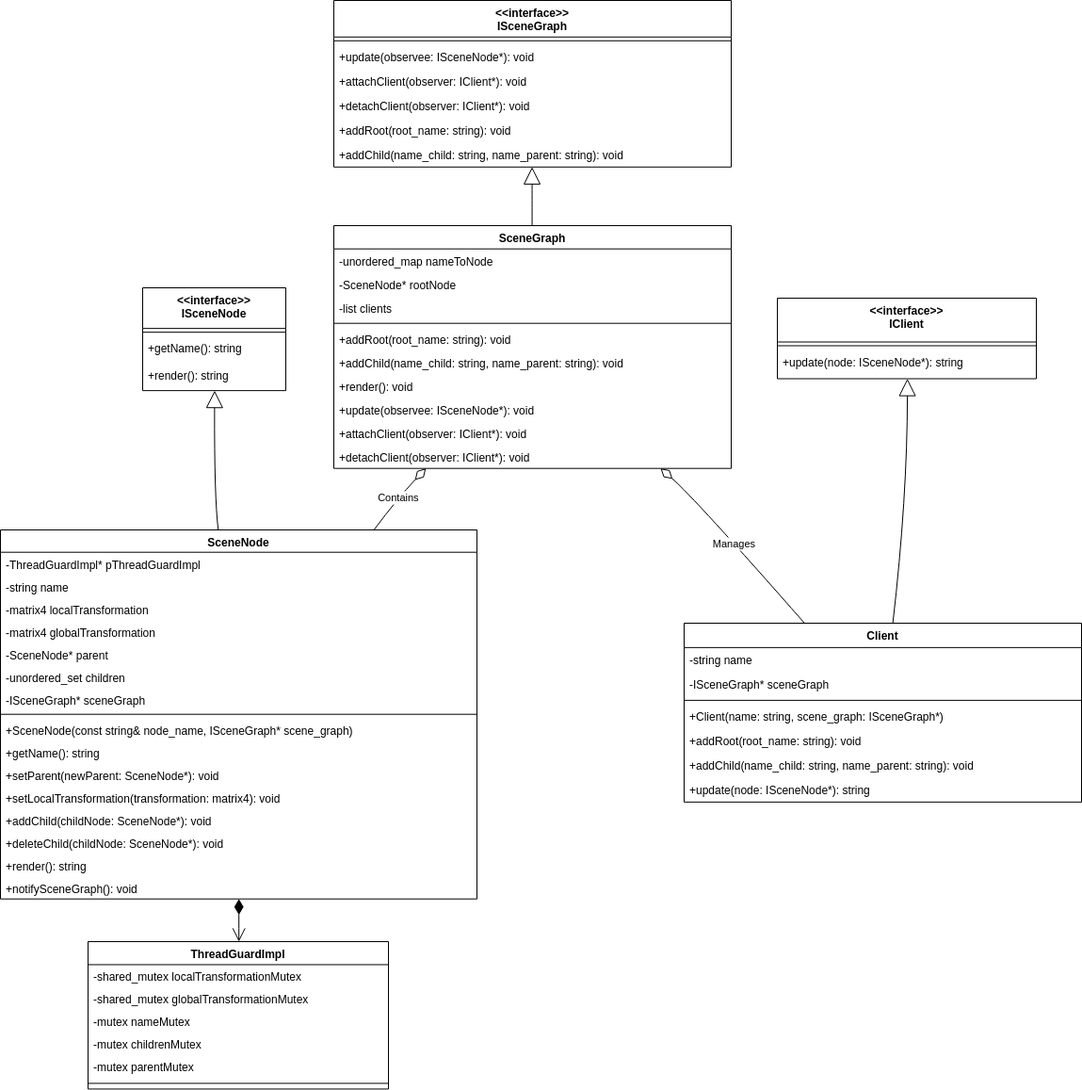
omarekik/SceneGraph keeps this draw.io diagram as diagrams/class diagram.drawio.png. Above is the earlier version. Source tidied: cells renumbered, new cells last; positions are measured from the earlier drawing's top-left corner, leaving out a move shared by most shapes.
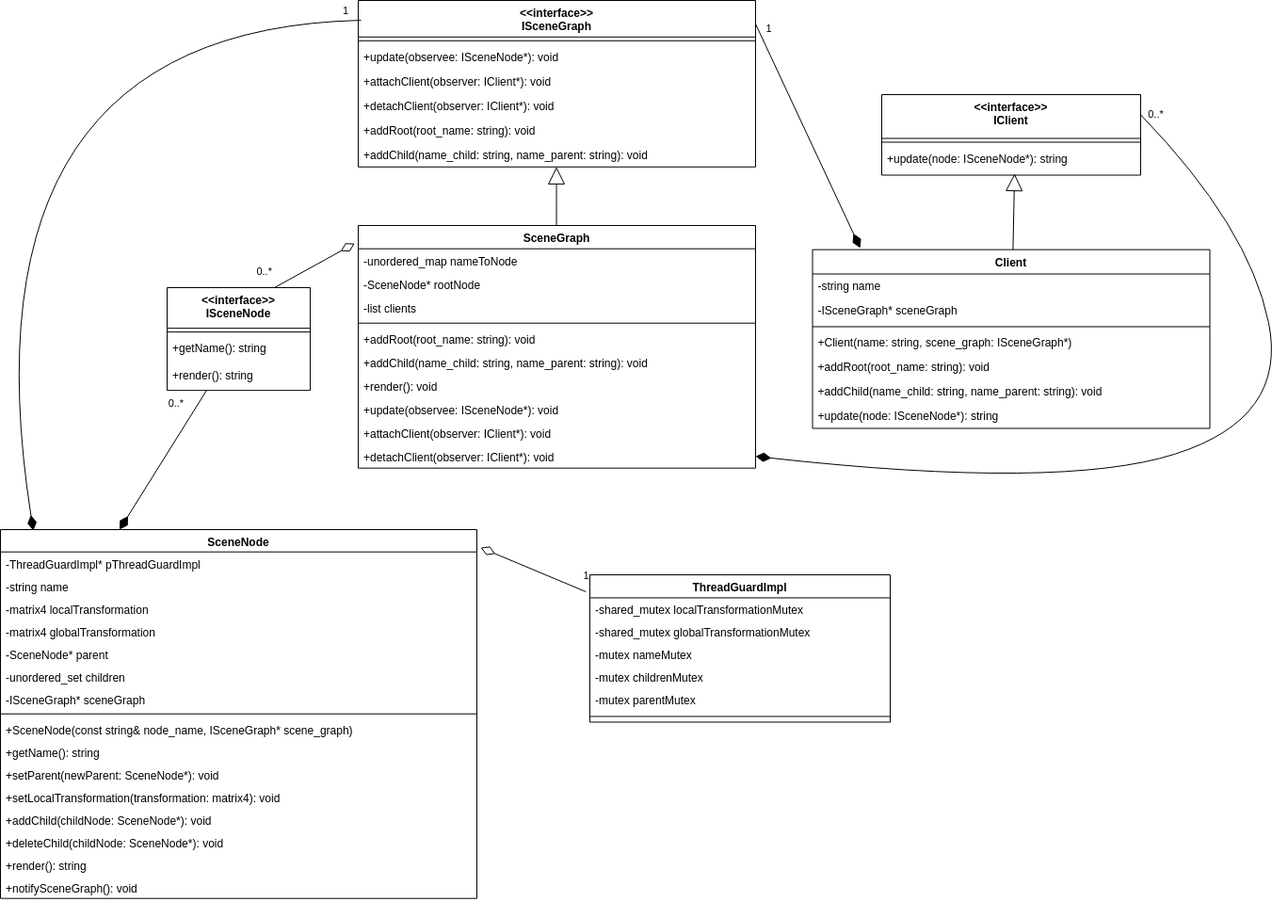
The same file after the commit.

Commit message:
fixed class diagram to present relationships as code implemented

The edit, as a diff of the source:
```diff
@@ -15,7 +15,7 @@
       <mxGeometry y="80.1" width="152" height="29" as="geometry" />
     </mxCell>
     <mxCell id="6" value="SceneNode" style="swimlane;fontStyle=1;align=center;verticalAlign=top;horizontal=1;startSize=23.6875;" parent="1" vertex="1">
-      <mxGeometry y="562" width="506" height="391.7" as="geometry" />
+      <mxGeometry x="-26" y="562" width="506" height="391.7" as="geometry" />
     </mxCell>
     <mxCell id="7" value="-ThreadGuardImpl* pThreadGuardImpl" style="text;strokeColor=none;fillColor=none;align=left;verticalAlign=top;spacingLeft=4;spacingRight=4;overflow=hidden;" parent="6" vertex="1">
       <mxGeometry y="23.7" width="506" height="24" as="geometry" />
@@ -66,7 +66,7 @@
       <mxGeometry y="367.7" width="506" height="24" as="geometry" />
     </mxCell>
     <mxCell id="23" value="ThreadGuardImpl" style="swimlane;fontStyle=1;align=center;verticalAlign=top;horizontal=1;startSize=24.46153846153846;" parent="1" vertex="1">
-      <mxGeometry x="93" y="999" width="319" height="156.5" as="geometry" />
+      <mxGeometry x="600" y="610" width="319" height="156.5" as="geometry" />
     </mxCell>
     <mxCell id="24" value="-shared_mutex localTransformationMutex" style="text;strokeColor=none;fillColor=none;align=left;verticalAlign=top;spacingLeft=4;spacingRight=4;overflow=hidden;" parent="23" vertex="1">
       <mxGeometry y="24.5" width="319" height="24" as="geometry" />
@@ -141,7 +141,7 @@
       <mxGeometry y="232.7" width="422" height="25" as="geometry" />
     </mxCell>
     <mxCell id="48" value="&lt;&lt;interface&gt;&gt;&#10;IClient" style="swimlane;fontStyle=1;align=center;verticalAlign=top;horizontal=1;startSize=46.5;" parent="1" vertex="1">
-      <mxGeometry x="825" y="316" width="275" height="85.5" as="geometry" />
+      <mxGeometry x="910" y="100" width="275" height="85.5" as="geometry" />
     </mxCell>
     <mxCell id="49" style="line;strokeWidth=1;fillColor=none;align=left;verticalAlign=middle;spacingTop=-1;spacingLeft=3;spacingRight=3;labelPosition=right;strokeColor=inherit;" parent="48" vertex="1">
       <mxGeometry y="46.5" width="275" height="8" as="geometry" />
@@ -150,7 +150,7 @@
       <mxGeometry y="54.5" width="275" height="31" as="geometry" />
     </mxCell>
     <mxCell id="51" value="Client" style="swimlane;fontStyle=1;align=center;verticalAlign=top;horizontal=1;startSize=25.857142857142858;" parent="1" vertex="1">
-      <mxGeometry x="726" y="661" width="422" height="189.9" as="geometry" />
+      <mxGeometry x="836.5" y="264.6" width="422" height="189.9" as="geometry" />
     </mxCell>
     <mxCell id="52" value="-string name" style="text;strokeColor=none;fillColor=none;align=left;verticalAlign=top;spacingLeft=4;spacingRight=4;overflow=hidden;" parent="51" vertex="1">
       <mxGeometry y="25.9" width="422" height="26" as="geometry" />
@@ -173,39 +173,49 @@
     <mxCell id="58" value="+update(node: ISceneNode*): string" style="text;strokeColor=none;fillColor=none;align=left;verticalAlign=top;spacingLeft=4;spacingRight=4;overflow=hidden;" parent="51" vertex="1">
       <mxGeometry y="163.9" width="422" height="26" as="geometry" />
     </mxCell>
-    <mxCell id="59" style="curved=1;startArrow=block;startSize=16;startFill=0;endArrow=none;exitX=0.5027883429276315;exitY=1;entryX=0.4570706043277375;entryY=0;rounded=0;" parent="1" edge="1" source="2" target="6">
+    <mxCell id="59" style="curved=1;startArrow=none;startSize=16;startFill=0;endArrow=diamondThin;exitX=1;exitY=0.25;entryX=1;entryY=0.5;rounded=0;exitDx=0;exitDy=0;entryDx=0;entryDy=0;endFill=1;endSize=14;" parent="1" edge="1" source="48" target="47">
       <mxGeometry relative="1" as="geometry">
         <Array as="points">
-          <mxPoint x="227" y="528" />
+          <mxPoint x="1300" y="240" />
+          <mxPoint x="1341.7" y="443.9" />
+          <mxPoint x="1100" y="520" />
         </Array>
       </mxGeometry>
     </mxCell>
+    <mxCell id="65" value="0..*" style="edgeLabel;html=1;align=center;verticalAlign=middle;" parent="59" vertex="1">
+      <mxGeometry x="0.07" y="5" relative="1" as="geometry">
+        <mxPoint x="-15" y="-369" as="offset" />
+      </mxGeometry>
+    </mxCell>
-    <mxCell id="60" style="curved=1;startArrow=diamondThin;startSize=14;startFill=1;endArrow=open;endSize=12;exitX=0.5004168725296443;exitY=1;entryX=0.502228644200627;entryY=0;rounded=0;" parent="1" edge="1" source="6" target="23">
+    <mxCell id="60" style="curved=1;startArrow=diamondThin;startSize=14;startFill=0;endArrow=none;endSize=12;entryX=-0.013;entryY=0.115;rounded=0;exitX=1.008;exitY=0.049;exitDx=0;exitDy=0;exitPerimeter=0;entryDx=0;entryDy=0;entryPerimeter=0;endFill=0;" parent="1" edge="1" source="6" target="23">
       <mxGeometry relative="1" as="geometry" />
     </mxCell>
+    <mxCell id="66" value="1" style="edgeLabel;html=1;align=center;verticalAlign=middle;" parent="60" vertex="1">
+      <mxGeometry x="0.32" y="3" relative="1" as="geometry">
+        <mxPoint x="36" y="1" as="offset" />
+      </mxGeometry>
+    </mxCell>
     <mxCell id="61" style="curved=1;startArrow=block;startSize=16;startFill=0;endArrow=none;exitX=0.4989493853672986;exitY=1;entryX=0.4989493853672986;entryY=0;rounded=0;" parent="1" edge="1" source="30" target="37">
       <mxGeometry relative="1" as="geometry" />
     </mxCell>
-    <mxCell id="62" style="curved=1;startArrow=block;startSize=16;startFill=0;endArrow=none;exitX=0.5021235795454545;exitY=1;entryX=0.5251609921846518;entryY=0;rounded=0;" parent="1" edge="1" source="48" target="51">
-      <mxGeometry relative="1" as="geometry">
-        <Array as="points">
-          <mxPoint x="963" y="528" />
-        </Array>
-      </mxGeometry>
+    <mxCell id="62" style="startArrow=block;startSize=16;startFill=0;endArrow=none;rounded=0;exitX=0.513;exitY=0.952;exitDx=0;exitDy=0;exitPerimeter=0;" parent="1" edge="1" source="50" target="51">
+      <mxGeometry relative="1" as="geometry" />
     </mxCell>
-    <mxCell id="63" value="Contains" style="curved=1;startArrow=diamondThin;startSize=14;startFill=0;endArrow=none;exitX=0.23183920164005986;exitY=1;entryX=0.7837648255277332;entryY=0;rounded=0;" parent="1" edge="1" source="37" target="6">
-      <mxGeometry relative="1" as="geometry">
-        <Array as="points">
-          <mxPoint x="422" y="528" />
-        </Array>
-      </mxGeometry>
+    <mxCell id="63" value="0..*" style="startArrow=diamondThin;startSize=14;startFill=0;endArrow=none;exitX=-0.009;exitY=0.074;entryX=0.75;entryY=0;rounded=0;exitDx=0;exitDy=0;exitPerimeter=0;entryDx=0;entryDy=0;" parent="1" edge="1" source="37" target="2">
+      <mxGeometry x="1" y="-20" relative="1" as="geometry" />
     </mxCell>
-    <mxCell id="64" value="Manages" style="curved=1;startArrow=diamondThin;startSize=14;startFill=0;endArrow=none;exitX=0.8222380990427787;exitY=1;entryX=0.3029806695452058;entryY=0;rounded=0;" parent="1" edge="1" source="37" target="51">
-      <mxGeometry relative="1" as="geometry">
-        <Array as="points">
-          <mxPoint x="737" y="528" />
-        </Array>
-      </mxGeometry>
-    </mxCell>
+    <mxCell id="67" value="1" style="startArrow=diamondThin;startFill=1;endArrow=none;exitX=0.12;exitY=-0.009;rounded=0;endFill=0;exitDx=0;exitDy=0;exitPerimeter=0;endSize=14;startSize=14;entryX=1;entryY=0.141;entryDx=0;entryDy=0;entryPerimeter=0;" parent="1" edge="1" source="51" target="30">
+      <mxGeometry x="0.92" y="-11" relative="1" as="geometry" />
+    </mxCell>
+    <mxCell id="68" value="0..*" style="startArrow=diamondThin;startFill=1;endArrow=none;exitX=0.25;exitY=0;rounded=0;endFill=0;exitDx=0;exitDy=0;endSize=14;startSize=14;" parent="1" edge="1" source="6" target="2">
+      <mxGeometry x="0.67" y="20" relative="1" as="geometry" />
+    </mxCell>
+    <mxCell id="69" value="1" style="curved=1;startArrow=diamondThin;startSize=14;startFill=1;endArrow=none;exitX=0.069;exitY=0.003;entryX=0.007;entryY=0.119;rounded=0;entryDx=0;entryDy=0;entryPerimeter=0;exitDx=0;exitDy=0;exitPerimeter=0;" parent="1" edge="1" source="6" target="30">
+      <mxGeometry x="0.97" y="11" relative="1" as="geometry">
+        <Array as="points">
+          <mxPoint x="-74" y="31" />
+        </Array>
+      </mxGeometry>
+    </mxCell>
   </root>
 </mxGraphModel>
```
